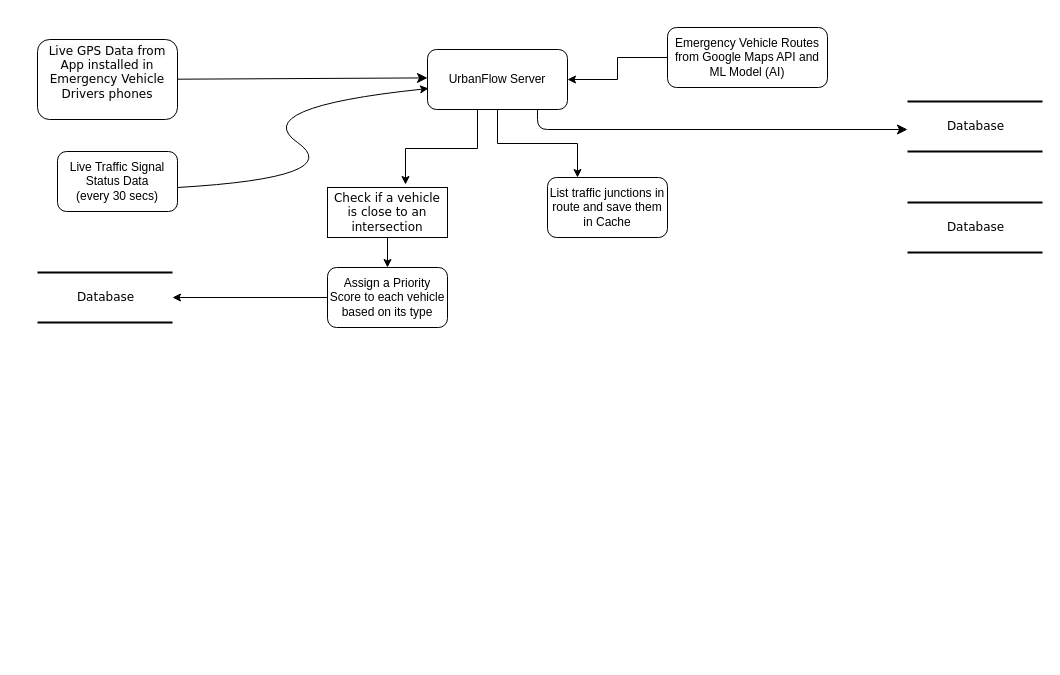
Earlier version of the draw.io diagram Flowchart.drawio (PaulStudios/UrbanFlow). Source tidied: cells renumbered, new cells numbered last; positions are measured from the earlier drawing's top-left corner, leaving out a move shared by most shapes. Both pictures are drawn from the tidied source at 100%, with x=0, y=0 at pixel (37, 27).
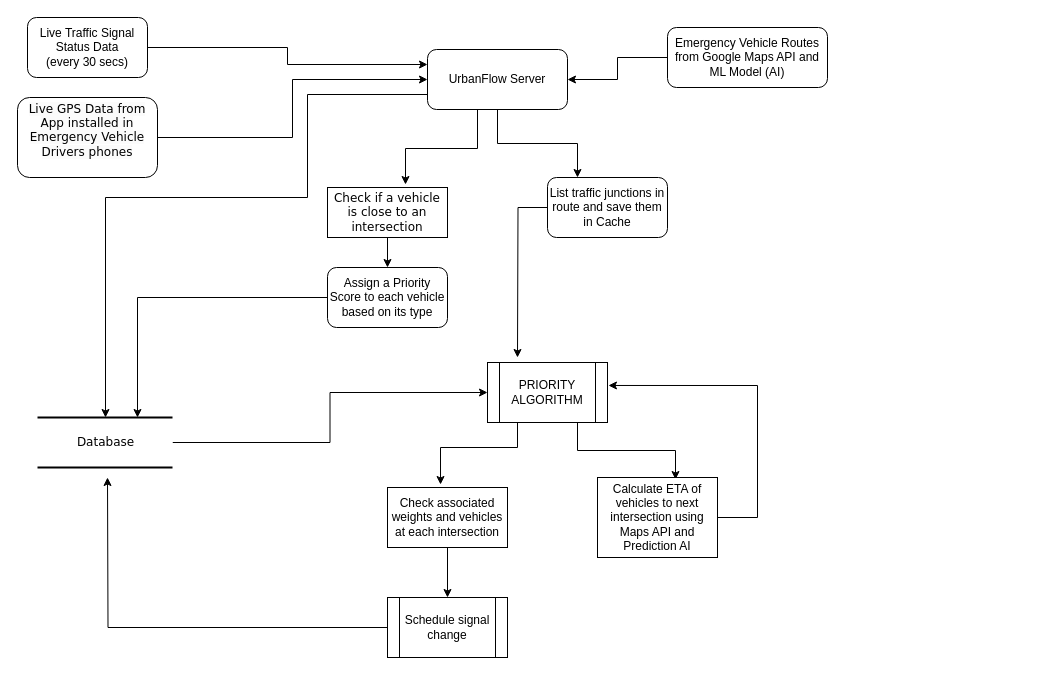
The same diagram, later.

Commit message:
Add Priority Algorithm to Flowchart

The change refers to these unchanged cells:
```xml
<mxCell id="10" value="UrbanFlow Server" style="rounded=1;whiteSpace=wrap;html=1;" parent="1" vertex="1">
  <mxGeometry x="390" y="22" width="140" height="60" as="geometry" />
</mxCell>
<mxCell id="15" value="List traffic junctions in route and save them in Cache" style="rounded=1;whiteSpace=wrap;html=1;" parent="1" vertex="1">
  <mxGeometry x="510" y="150" width="120" height="60" as="geometry" />
</mxCell>
<mxCell id="18" value="Assign a Priority Score to each vehicle based on its type" style="rounded=1;whiteSpace=wrap;html=1;" parent="1" vertex="1">
  <mxGeometry x="290" y="240" width="120" height="60" as="geometry" />
</mxCell>
```

Diff of the diagram source:
```diff
@@
-    <mxCell id="2" value="Database" style="html=1;rounded=0;shadow=0;comic=0;labelBackgroundColor=none;strokeWidth=2;fontFamily=Verdana;fontSize=12;align=center;shape=mxgraph.ios7ui.horLines;" parent="1" vertex="1">
-      <mxGeometry x="870" y="74" width="135" height="50" as="geometry" />
-    </mxCell>
-    <mxCell id="3" value="Database" style="html=1;rounded=0;shadow=0;comic=0;labelBackgroundColor=none;strokeWidth=2;fontFamily=Verdana;fontSize=12;align=center;shape=mxgraph.ios7ui.horLines;" parent="1" vertex="1">
-      <mxGeometry x="870" y="175" width="135" height="50" as="geometry" />
-    </mxCell>
-    <mxCell id="4" style="edgeStyle=none;html=1;labelBackgroundColor=none;startFill=0;startSize=8;endFill=1;endSize=8;fontFamily=Verdana;fontSize=12;" parent="1" edge="1">
-      <mxGeometry relative="1" as="geometry">
-        <mxPoint x="140" y="51.7" as="sourcePoint" />
-        <mxPoint x="390" y="50.4" as="targetPoint" />
-      </mxGeometry>
-    </mxCell>
-    <mxCell id="5" style="edgeStyle=orthogonalEdgeStyle;html=1;labelBackgroundColor=none;startFill=0;startSize=8;endFill=1;endSize=8;fontFamily=Verdana;fontSize=12;" parent="1" edge="1" target="2">
-      <mxGeometry relative="1" as="geometry">
-        <mxPoint x="500" y="76" as="sourcePoint" />
-        <Array as="points">
-          <mxPoint x="500" y="102" />
-        </Array>
-      </mxGeometry>
-    </mxCell>
@@
+    <mxCell id="20" style="edgeStyle=orthogonalEdgeStyle;rounded=0;jettySize=auto;html=1;exitX=0;exitY=0.75;exitDx=0;exitDy=0;" parent="1" edge="1" source="10" target="19">
+      <mxGeometry relative="1" as="geometry">
+        <Array as="points">
+          <mxPoint x="270" y="67" />
+          <mxPoint x="270" y="170" />
+          <mxPoint x="68" y="170" />
+        </Array>
+      </mxGeometry>
+    </mxCell>
@@
+    <mxCell id="21" style="edgeStyle=orthogonalEdgeStyle;rounded=0;jettySize=auto;html=1;entryX=0;entryY=0.25;entryDx=0;entryDy=0;" parent="1" edge="1" source="11" target="10">
+      <mxGeometry relative="1" as="geometry" />
+    </mxCell>
     <mxCell id="11" value="Live Traffic Signal Status Data&lt;br&gt;(every 30 secs)" style="rounded=1;whiteSpace=wrap;html=1;" parent="1" vertex="1">
-      <mxGeometry x="20" y="124" width="120" height="60" as="geometry" />
+      <mxGeometry x="-10" y="-10" width="120" height="60" as="geometry" />
     </mxCell>
-    <mxCell id="12" style="curved=1;endArrow=classic;html=1;rounded=0;entryX=0.007;entryY=0.65;entryDx=0;entryDy=0;entryPerimeter=0;" parent="1" edge="1" target="10">
-      <mxGeometry relative="1" as="geometry">
-        <mxPoint x="140" y="160" as="sourcePoint" />
-        <Array as="points">
-          <mxPoint x="310" y="150" />
-          <mxPoint x="210" y="80" />
-        </Array>
-      </mxGeometry>
-    </mxCell>
@@
+    <mxCell id="22" style="edgeStyle=orthogonalEdgeStyle;rounded=0;jettySize=auto;html=1;" parent="1" edge="1" source="15">
+      <mxGeometry relative="1" as="geometry">
+        <mxPoint x="480" y="330" as="targetPoint" />
+      </mxGeometry>
+    </mxCell>
@@
+    <mxCell id="23" style="edgeStyle=orthogonalEdgeStyle;rounded=0;jettySize=auto;html=1;entryX=0;entryY=0.5;entryDx=0;entryDy=0;" parent="1" edge="1" source="16" target="10">
+      <mxGeometry relative="1" as="geometry" />
+    </mxCell>
     <mxCell id="16" value="&#10;&lt;span style=&quot;color: rgb(0, 0, 0); font-family: Verdana; font-size: 12px; font-style: normal; font-variant-ligatures: normal; font-variant-caps: normal; font-weight: 400; letter-spacing: normal; orphans: 2; text-align: center; text-indent: 0px; text-transform: none; widows: 2; word-spacing: 0px; -webkit-text-stroke-width: 0px; white-space: normal; background-color: rgb(251, 251, 251); text-decoration-thickness: initial; text-decoration-style: initial; text-decoration-color: initial; display: inline !important; float: none;&quot;&gt;Live GPS Data from App installed in Emergency Vehicle Drivers phones&lt;/span&gt;&#10;&#10;" style="rounded=1;whiteSpace=wrap;html=1;" parent="1" vertex="1">
-      <mxGeometry y="12" width="140" height="80" as="geometry" />
+      <mxGeometry x="-20" y="70" width="140" height="80" as="geometry" />
     </mxCell>
     <mxCell id="17" style="edgeStyle=orthogonalEdgeStyle;rounded=0;jettySize=auto;html=1;" parent="1" edge="1" source="18" target="19">
-      <mxGeometry relative="1" as="geometry" />
+      <mxGeometry relative="1" as="geometry">
+        <Array as="points">
+          <mxPoint x="100" y="270" />
+        </Array>
+      </mxGeometry>
     </mxCell>
@@
+    <mxCell id="24" style="edgeStyle=orthogonalEdgeStyle;rounded=0;jettySize=auto;html=1;entryX=0;entryY=0.5;entryDx=0;entryDy=0;" parent="1" edge="1" source="19" target="27">
+      <mxGeometry relative="1" as="geometry" />
+    </mxCell>
     <mxCell id="19" value="Database" style="html=1;rounded=0;shadow=0;comic=0;labelBackgroundColor=none;strokeWidth=2;fontFamily=Verdana;fontSize=12;align=center;shape=mxgraph.ios7ui.horLines;" parent="1" vertex="1">
-      <mxGeometry y="245" width="135" height="50" as="geometry" />
+      <mxGeometry y="390" width="135" height="50" as="geometry" />
     </mxCell>
+    <mxCell id="25" style="edgeStyle=orthogonalEdgeStyle;rounded=0;jettySize=auto;html=1;entryX=0.65;entryY=0.025;entryDx=0;entryDy=0;entryPerimeter=0;" parent="1" edge="1" source="27" target="31">
+      <mxGeometry relative="1" as="geometry">
+        <Array as="points">
+          <mxPoint x="540" y="423" />
+          <mxPoint x="638" y="423" />
+        </Array>
+      </mxGeometry>
+    </mxCell>
+    <mxCell id="26" style="edgeStyle=orthogonalEdgeStyle;rounded=0;jettySize=auto;html=1;entryX=0.442;entryY=-0.05;entryDx=0;entryDy=0;entryPerimeter=0;" parent="1" edge="1" source="27" target="29">
+      <mxGeometry relative="1" as="geometry">
+        <Array as="points">
+          <mxPoint x="480" y="420" />
+          <mxPoint x="403" y="420" />
+        </Array>
+      </mxGeometry>
+    </mxCell>
+    <mxCell id="27" value="PRIORITY ALGORITHM" style="shape=process;whiteSpace=wrap;html=1;backgroundOutline=1;" parent="1" vertex="1">
+      <mxGeometry x="450" y="335" width="120" height="60" as="geometry" />
+    </mxCell>
+    <mxCell id="28" style="edgeStyle=orthogonalEdgeStyle;rounded=0;jettySize=auto;html=1;" parent="1" edge="1" source="29" target="33">
+      <mxGeometry relative="1" as="geometry" />
+    </mxCell>
+    <mxCell id="29" value="Check associated weights and vehicles at each intersection" style="rounded=0;whiteSpace=wrap;html=1;" parent="1" vertex="1">
+      <mxGeometry x="350" y="460" width="120" height="60" as="geometry" />
+    </mxCell>
+    <mxCell id="30" style="edgeStyle=orthogonalEdgeStyle;rounded=0;jettySize=auto;html=1;entryX=1.008;entryY=0.383;entryDx=0;entryDy=0;entryPerimeter=0;" parent="1" edge="1" source="31" target="27">
+      <mxGeometry relative="1" as="geometry">
+        <Array as="points">
+          <mxPoint x="720" y="490" />
+          <mxPoint x="720" y="358" />
+        </Array>
+      </mxGeometry>
+    </mxCell>
+    <mxCell id="31" value="Calculate ETA of vehicles to next intersection using Maps API and Prediction AI" style="rounded=0;whiteSpace=wrap;html=1;" parent="1" vertex="1">
+      <mxGeometry x="560" y="450" width="120" height="80" as="geometry" />
+    </mxCell>
+    <mxCell id="32" style="edgeStyle=orthogonalEdgeStyle;rounded=0;jettySize=auto;html=1;" parent="1" edge="1" source="33">
+      <mxGeometry relative="1" as="geometry">
+        <mxPoint x="70" y="450" as="targetPoint" />
+      </mxGeometry>
+    </mxCell>
+    <mxCell id="33" value="Schedule signal change" style="shape=process;whiteSpace=wrap;html=1;backgroundOutline=1;" parent="1" vertex="1">
+      <mxGeometry x="350" y="570" width="120" height="60" as="geometry" />
+    </mxCell>
```
